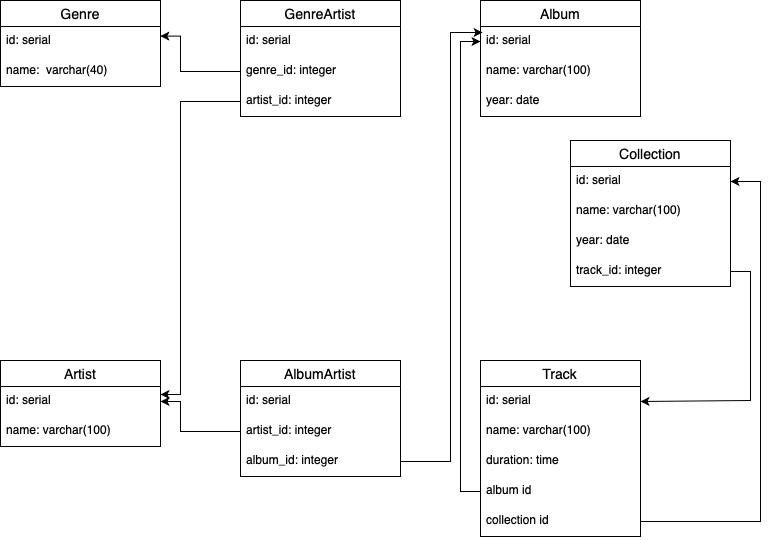
The draw.io diagram Homework_3/Task_3.png in EvgenyMyznikov/Database_1, before a commit. Source tidied: cells renumbered, new cells last; positions are measured from the earlier drawing's top-left corner, leaving out a move shared by most shapes.
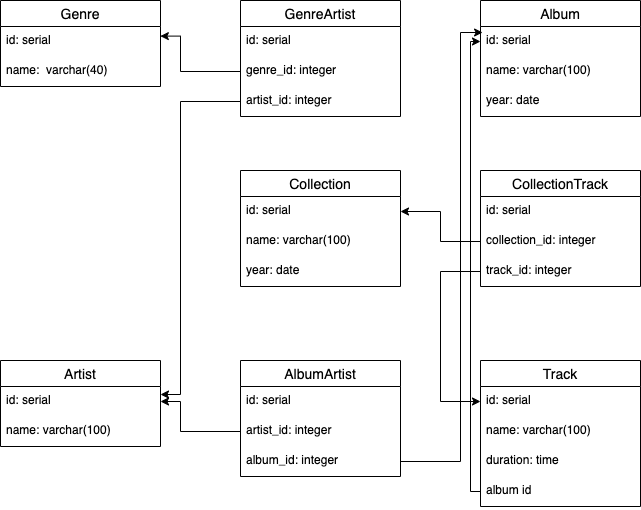
After the commit.

Change to the diagram source:
```diff
@@ -57,7 +57,7 @@
       <mxGeometry y="86" width="160" height="30" as="geometry" />
     </mxCell>
     <mxCell id="20" value="Track" style="swimlane;fontStyle=0;horizontal=1;startSize=26;align=center;fontSize=14;" parent="1" vertex="1">
-      <mxGeometry x="480" y="360" width="160" height="176" as="geometry" />
+      <mxGeometry x="480" y="360" width="160" height="146" as="geometry" />
     </mxCell>
     <mxCell id="21" value="id: serial" style="text;strokeColor=none;fillColor=none;spacingLeft=4;spacingRight=4;overflow=hidden;points=[[0,0.5],[1,0.5]];portConstraint=eastwest;fontSize=12;" parent="20" vertex="1">
       <mxGeometry y="26" width="160" height="30" as="geometry" />
@@ -71,11 +71,8 @@
     <mxCell id="24" value="album id" style="text;strokeColor=none;fillColor=none;spacingLeft=4;spacingRight=4;overflow=hidden;points=[[0,0.5],[1,0.5]];portConstraint=eastwest;fontSize=12;" parent="20" vertex="1">
       <mxGeometry y="116" width="160" height="30" as="geometry" />
     </mxCell>
-    <mxCell id="25" value="collection id" style="text;strokeColor=none;fillColor=none;spacingLeft=4;spacingRight=4;overflow=hidden;points=[[0,0.5],[1,0.5]];portConstraint=eastwest;fontSize=12;" parent="20" vertex="1">
-      <mxGeometry y="146" width="160" height="30" as="geometry" />
-    </mxCell>
     <mxCell id="26" value="Collection" style="swimlane;fontStyle=0;horizontal=1;startSize=26;align=center;fontSize=14;" parent="1" vertex="1">
-      <mxGeometry x="570" y="140" width="160" height="146" as="geometry" />
+      <mxGeometry x="240" y="170" width="160" height="116" as="geometry" />
     </mxCell>
     <mxCell id="27" value="id: serial" style="text;strokeColor=none;fillColor=none;spacingLeft=4;spacingRight=4;overflow=hidden;points=[[0,0.5],[1,0.5]];portConstraint=eastwest;fontSize=12;" parent="26" vertex="1">
       <mxGeometry y="26" width="160" height="30" as="geometry" />
@@ -86,9 +83,6 @@
     <mxCell id="29" value="year: date" style="text;strokeColor=none;fillColor=none;spacingLeft=4;spacingRight=4;overflow=hidden;fontSize=12;" parent="26" vertex="1">
       <mxGeometry y="86" width="160" height="30" as="geometry" />
     </mxCell>
-    <mxCell id="30" value="track_id: integer" style="text;strokeColor=none;fillColor=none;spacingLeft=4;spacingRight=4;overflow=hidden;points=[[0,0.5],[1,0.5]];portConstraint=eastwest;fontSize=12;" parent="26" vertex="1">
-      <mxGeometry y="116" width="160" height="30" as="geometry" />
-    </mxCell>
     <mxCell id="31" style="edgeStyle=orthogonalEdgeStyle;rounded=0;jettySize=auto;html=1;entryX=0.999;entryY=0.32;entryDx=0;entryDy=0;entryPerimeter=0;" parent="1" edge="1" source="4" target="7">
       <mxGeometry relative="1" as="geometry">
         <Array as="points">
@@ -118,29 +112,41 @@
     <mxCell id="34" style="edgeStyle=orthogonalEdgeStyle;rounded=0;jettySize=auto;html=1;entryX=0.013;entryY=0.2;entryDx=0;entryDy=0;entryPerimeter=0;" parent="1" edge="1" source="19" target="10">
       <mxGeometry relative="1" as="geometry">
         <Array as="points">
-          <mxPoint x="450" y="461" />
-          <mxPoint x="450" y="32" />
+          <mxPoint x="460" y="461" />
+          <mxPoint x="460" y="32" />
         </Array>
       </mxGeometry>
     </mxCell>
     <mxCell id="35" style="edgeStyle=orthogonalEdgeStyle;rounded=0;jettySize=auto;html=1;entryX=0;entryY=0.5;entryDx=0;entryDy=0;" parent="1" edge="1" source="24" target="10">
-      <mxGeometry relative="1" as="geometry" />
+      <mxGeometry relative="1" as="geometry">
+        <Array as="points">
+          <mxPoint x="470" y="491" />
+          <mxPoint x="470" y="41" />
+        </Array>
+      </mxGeometry>
     </mxCell>
+    <mxCell id="38" value="CollectionTrack" style="swimlane;fontStyle=0;horizontal=1;startSize=26;align=center;fontSize=14;" parent="1" vertex="1">
+      <mxGeometry x="480" y="170" width="160" height="116" as="geometry" />
+    </mxCell>
+    <mxCell id="39" value="id: serial" style="text;strokeColor=none;fillColor=none;spacingLeft=4;spacingRight=4;overflow=hidden;fontSize=12;" parent="38" vertex="1">
+      <mxGeometry y="26" width="160" height="30" as="geometry" />
+    </mxCell>
+    <mxCell id="40" value="collection_id: integer" style="text;strokeColor=none;fillColor=none;spacingLeft=4;spacingRight=4;overflow=hidden;points=[[0,0.5],[1,0.5]];portConstraint=eastwest;fontSize=12;" parent="38" vertex="1">
+      <mxGeometry y="56" width="160" height="30" as="geometry" />
+    </mxCell>
+    <mxCell id="30" value="track_id: integer" style="text;strokeColor=none;fillColor=none;spacingLeft=4;spacingRight=4;overflow=hidden;points=[[0,0.5],[1,0.5]];portConstraint=eastwest;fontSize=12;" parent="38" vertex="1">
+      <mxGeometry y="86" width="160" height="30" as="geometry" />
+    </mxCell>
+    <mxCell id="41" style="edgeStyle=orthogonalEdgeStyle;rounded=0;jettySize=auto;html=1;entryX=1;entryY=0.5;entryDx=0;entryDy=0;" parent="1" edge="1" source="40" target="27">
+      <mxGeometry relative="1" as="geometry" />
+    </mxCell>
-    <mxCell id="36" style="edgeStyle=orthogonalEdgeStyle;rounded=0;jettySize=auto;html=1;exitX=1;exitY=0.5;exitDx=0;exitDy=0;entryX=1;entryY=0.5;entryDx=0;entryDy=0;" parent="1" edge="1" source="30" target="21">
+    <mxCell id="36" style="edgeStyle=orthogonalEdgeStyle;rounded=0;jettySize=auto;html=1;entryX=0;entryY=0.5;entryDx=0;entryDy=0;" parent="1" edge="1" source="30" target="21">
       <mxGeometry relative="1" as="geometry">
         <Array as="points">
-          <mxPoint x="750" y="271" />
-          <mxPoint x="750" y="400" />
+          <mxPoint x="440" y="271" />
+          <mxPoint x="440" y="401" />
         </Array>
       </mxGeometry>
     </mxCell>
-    <mxCell id="37" style="edgeStyle=orthogonalEdgeStyle;rounded=0;jettySize=auto;html=1;exitX=1;exitY=0.5;exitDx=0;exitDy=0;entryX=1;entryY=0.5;entryDx=0;entryDy=0;" parent="1" edge="1" source="25" target="27">
-      <mxGeometry relative="1" as="geometry">
-        <Array as="points">
-          <mxPoint x="760" y="521" />
-          <mxPoint x="760" y="181" />
-        </Array>
-      </mxGeometry>
-    </mxCell>
   </root>
 </mxGraphModel>
```
